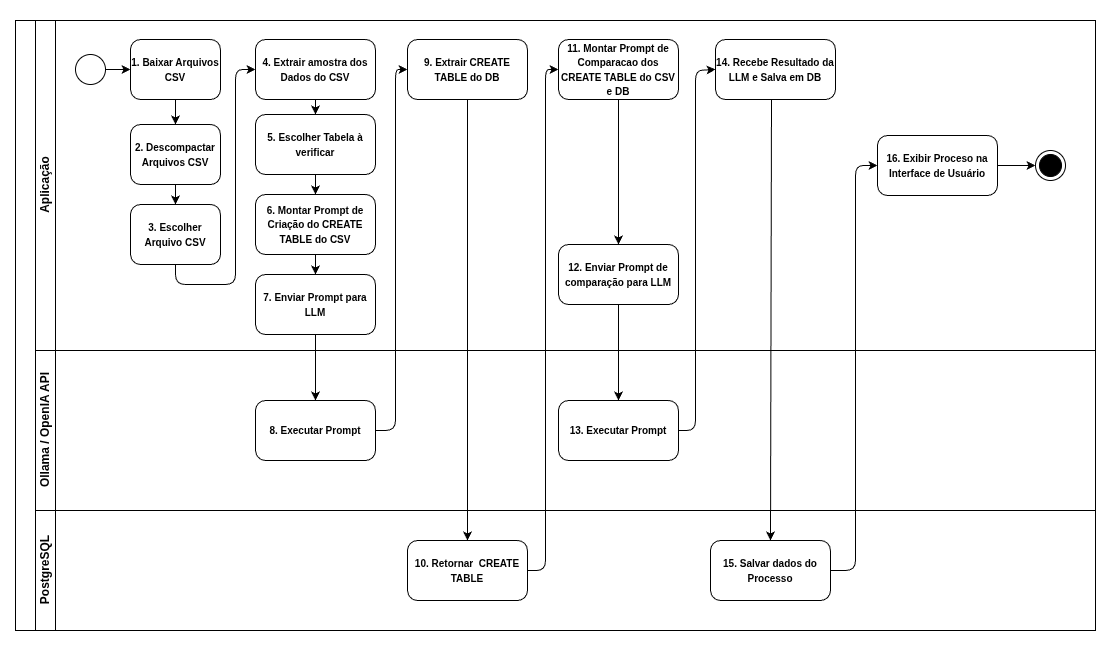
Above: docs/atividades_do_sistema.png in rafaelfreitaslima29/siconv_valida (draw.io), before the change. Source tidied: cells renumbered, new cells last; positions are measured from the earlier drawing's top-left corner, leaving out a move shared by most shapes.
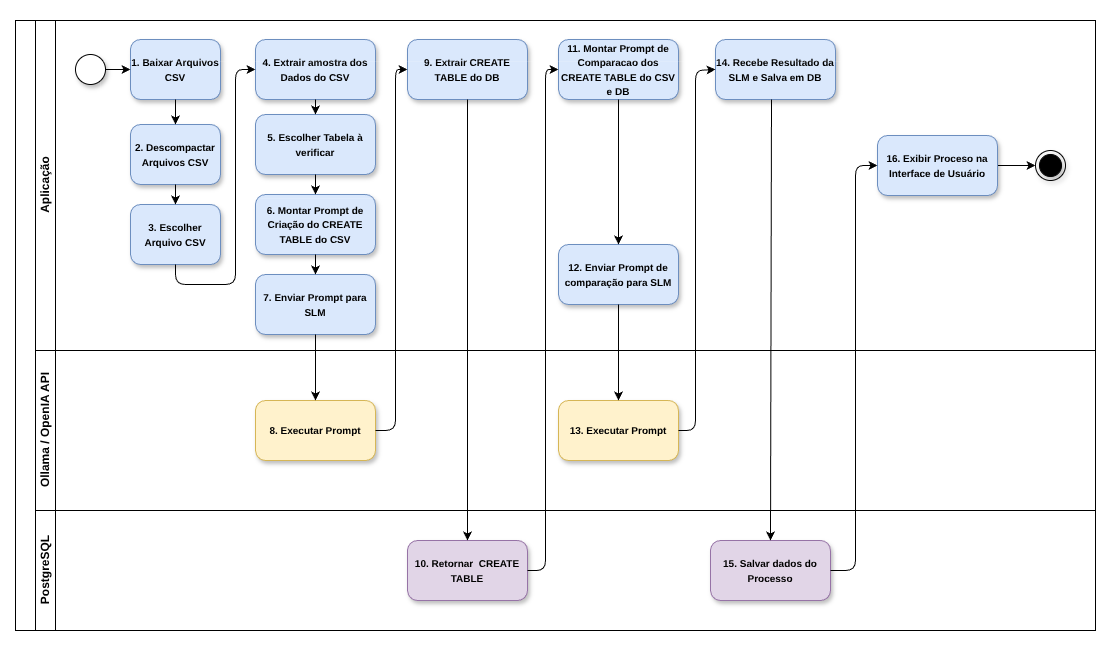
After the commit.

Commit message:
diagrama caso de uso 1 e 2

The edit, as a diff of the source:
```diff
@@ -11,22 +11,22 @@
     <mxCell id="4" value="Aplicação" style="swimlane;startSize=20;horizontal=0;html=1;" parent="3" vertex="1">
       <mxGeometry x="20" width="1060" height="330" as="geometry" />
     </mxCell>
-    <mxCell id="5" style="ellipse;" parent="4" vertex="1">
+    <mxCell id="5" style="ellipse;shadow=1;" parent="4" vertex="1">
       <mxGeometry x="40" y="34" width="30" height="30" as="geometry" />
     </mxCell>
-    <mxCell id="6" value="&lt;b&gt;&lt;font style=&quot;font-size: 10px;&quot;&gt;3. Escolher Arquivo CSV&lt;/font&gt;&lt;/b&gt;" style="points=[[0.25,0,0],[0.5,0,0],[0.75,0,0],[1,0.25,0],[1,0.5,0],[1,0.75,0],[0.75,1,0],[0.5,1,0],[0.25,1,0],[0,0.75,0],[0,0.5,0],[0,0.25,0]];shape=mxgraph.bpmn.task;whiteSpace=wrap;rectStyle=rounded;size=10;html=1;taskMarker=abstract;" parent="4" vertex="1">
+    <mxCell id="6" value="&lt;b&gt;&lt;font style=&quot;font-size: 10px;&quot;&gt;3. Escolher Arquivo CSV&lt;/font&gt;&lt;/b&gt;" style="points=[[0.25,0,0],[0.5,0,0],[0.75,0,0],[1,0.25,0],[1,0.5,0],[1,0.75,0],[0.75,1,0],[0.5,1,0],[0.25,1,0],[0,0.75,0],[0,0.5,0],[0,0.25,0]];shape=mxgraph.bpmn.task;whiteSpace=wrap;rectStyle=rounded;size=10;html=1;taskMarker=abstract;fillColor=#dae8fc;strokeColor=#6c8ebf;shadow=1;" parent="4" vertex="1">
       <mxGeometry x="95" y="184" width="90" height="60" as="geometry" />
     </mxCell>
-    <mxCell id="7" value="&lt;b&gt;&lt;font style=&quot;font-size: 10px;&quot;&gt;4. Extrair amostra dos Dados do CSV&lt;/font&gt;&lt;/b&gt;" style="points=[[0.25,0,0],[0.5,0,0],[0.75,0,0],[1,0.25,0],[1,0.5,0],[1,0.75,0],[0.75,1,0],[0.5,1,0],[0.25,1,0],[0,0.75,0],[0,0.5,0],[0,0.25,0]];shape=mxgraph.bpmn.task;whiteSpace=wrap;rectStyle=rounded;size=10;html=1;taskMarker=abstract;" parent="4" vertex="1">
+    <mxCell id="7" value="&lt;b&gt;&lt;font style=&quot;font-size: 10px;&quot;&gt;4. Extrair amostra dos Dados do CSV&lt;/font&gt;&lt;/b&gt;" style="points=[[0.25,0,0],[0.5,0,0],[0.75,0,0],[1,0.25,0],[1,0.5,0],[1,0.75,0],[0.75,1,0],[0.5,1,0],[0.25,1,0],[0,0.75,0],[0,0.5,0],[0,0.25,0]];shape=mxgraph.bpmn.task;whiteSpace=wrap;rectStyle=rounded;size=10;html=1;taskMarker=abstract;fillColor=#dae8fc;strokeColor=#6c8ebf;shadow=1;" parent="4" vertex="1">
       <mxGeometry x="220" y="19" width="120" height="60" as="geometry" />
     </mxCell>
-    <mxCell id="8" value="&lt;b&gt;&lt;font style=&quot;font-size: 10px;&quot;&gt;6. Montar Prompt de Criação do CREATE TABLE do CSV&lt;/font&gt;&lt;/b&gt;" style="points=[[0.25,0,0],[0.5,0,0],[0.75,0,0],[1,0.25,0],[1,0.5,0],[1,0.75,0],[0.75,1,0],[0.5,1,0],[0.25,1,0],[0,0.75,0],[0,0.5,0],[0,0.25,0]];shape=mxgraph.bpmn.task;whiteSpace=wrap;rectStyle=rounded;size=10;html=1;taskMarker=abstract;" parent="4" vertex="1">
+    <mxCell id="8" value="&lt;b&gt;&lt;font style=&quot;font-size: 10px;&quot;&gt;6. Montar Prompt de Criação do CREATE TABLE do CSV&lt;/font&gt;&lt;/b&gt;" style="points=[[0.25,0,0],[0.5,0,0],[0.75,0,0],[1,0.25,0],[1,0.5,0],[1,0.75,0],[0.75,1,0],[0.5,1,0],[0.25,1,0],[0,0.75,0],[0,0.5,0],[0,0.25,0]];shape=mxgraph.bpmn.task;whiteSpace=wrap;rectStyle=rounded;size=10;html=1;taskMarker=abstract;fillColor=#dae8fc;strokeColor=#6c8ebf;shadow=1;" parent="4" vertex="1">
       <mxGeometry x="220" y="174" width="120" height="60" as="geometry" />
     </mxCell>
-    <mxCell id="9" value="&lt;b&gt;&lt;font style=&quot;font-size: 10px;&quot;&gt;1. Baixar Arquivos CSV&lt;/font&gt;&lt;/b&gt;" style="points=[[0.25,0,0],[0.5,0,0],[0.75,0,0],[1,0.25,0],[1,0.5,0],[1,0.75,0],[0.75,1,0],[0.5,1,0],[0.25,1,0],[0,0.75,0],[0,0.5,0],[0,0.25,0]];shape=mxgraph.bpmn.task;whiteSpace=wrap;rectStyle=rounded;size=10;html=1;taskMarker=abstract;" parent="4" vertex="1">
+    <mxCell id="9" value="&lt;b&gt;&lt;font style=&quot;font-size: 10px;&quot;&gt;1. Baixar Arquivos CSV&lt;/font&gt;&lt;/b&gt;" style="points=[[0.25,0,0],[0.5,0,0],[0.75,0,0],[1,0.25,0],[1,0.5,0],[1,0.75,0],[0.75,1,0],[0.5,1,0],[0.25,1,0],[0,0.75,0],[0,0.5,0],[0,0.25,0]];shape=mxgraph.bpmn.task;whiteSpace=wrap;rectStyle=rounded;size=10;html=1;taskMarker=abstract;fillColor=#dae8fc;strokeColor=#6c8ebf;shadow=1;" parent="4" vertex="1">
       <mxGeometry x="95" y="19" width="90" height="60" as="geometry" />
     </mxCell>
-    <mxCell id="10" value="&lt;b&gt;&lt;font style=&quot;font-size: 10px;&quot;&gt;2. Descompactar Arquivos CSV&lt;/font&gt;&lt;/b&gt;" style="points=[[0.25,0,0],[0.5,0,0],[0.75,0,0],[1,0.25,0],[1,0.5,0],[1,0.75,0],[0.75,1,0],[0.5,1,0],[0.25,1,0],[0,0.75,0],[0,0.5,0],[0,0.25,0]];shape=mxgraph.bpmn.task;whiteSpace=wrap;rectStyle=rounded;size=10;html=1;taskMarker=abstract;" parent="4" vertex="1">
+    <mxCell id="10" value="&lt;b&gt;&lt;font style=&quot;font-size: 10px;&quot;&gt;2. Descompactar Arquivos CSV&lt;/font&gt;&lt;/b&gt;" style="points=[[0.25,0,0],[0.5,0,0],[0.75,0,0],[1,0.25,0],[1,0.5,0],[1,0.75,0],[0.75,1,0],[0.5,1,0],[0.25,1,0],[0,0.75,0],[0,0.5,0],[0,0.25,0]];shape=mxgraph.bpmn.task;whiteSpace=wrap;rectStyle=rounded;size=10;html=1;taskMarker=abstract;fillColor=#dae8fc;strokeColor=#6c8ebf;shadow=1;" parent="4" vertex="1">
       <mxGeometry x="95" y="104" width="90" height="60" as="geometry" />
     </mxCell>
     <mxCell id="11" style="edgeStyle=none;html=1;exitX=1;exitY=0.5;exitDx=0;exitDy=0;entryX=0;entryY=0.5;entryDx=0;entryDy=0;entryPerimeter=0;" parent="4" edge="1" source="5" target="9">
@@ -47,7 +47,7 @@
         </Array>
       </mxGeometry>
     </mxCell>
-    <mxCell id="15" value="&lt;b&gt;&lt;font style=&quot;font-size: 10px;&quot;&gt;5. Escolher Tabela à verificar&lt;/font&gt;&lt;/b&gt;" style="points=[[0.25,0,0],[0.5,0,0],[0.75,0,0],[1,0.25,0],[1,0.5,0],[1,0.75,0],[0.75,1,0],[0.5,1,0],[0.25,1,0],[0,0.75,0],[0,0.5,0],[0,0.25,0]];shape=mxgraph.bpmn.task;whiteSpace=wrap;rectStyle=rounded;size=10;html=1;taskMarker=abstract;" parent="4" vertex="1">
+    <mxCell id="15" value="&lt;b&gt;&lt;font style=&quot;font-size: 10px;&quot;&gt;5. Escolher Tabela à verificar&lt;/font&gt;&lt;/b&gt;" style="points=[[0.25,0,0],[0.5,0,0],[0.75,0,0],[1,0.25,0],[1,0.5,0],[1,0.75,0],[0.75,1,0],[0.5,1,0],[0.25,1,0],[0,0.75,0],[0,0.5,0],[0,0.25,0]];shape=mxgraph.bpmn.task;whiteSpace=wrap;rectStyle=rounded;size=10;html=1;taskMarker=abstract;fillColor=#dae8fc;strokeColor=#6c8ebf;shadow=1;" parent="4" vertex="1">
       <mxGeometry x="220" y="94" width="120" height="60" as="geometry" />
     </mxCell>
     <mxCell id="16" style="edgeStyle=none;html=1;exitX=0.5;exitY=1;exitDx=0;exitDy=0;exitPerimeter=0;entryX=0.5;entryY=0;entryDx=0;entryDy=0;entryPerimeter=0;" parent="4" edge="1" source="7" target="15">
@@ -56,52 +56,52 @@
     <mxCell id="17" style="edgeStyle=none;html=1;exitX=0.5;exitY=1;exitDx=0;exitDy=0;exitPerimeter=0;entryX=0.5;entryY=0;entryDx=0;entryDy=0;entryPerimeter=0;" parent="4" edge="1" source="15" target="8">
       <mxGeometry relative="1" as="geometry" />
     </mxCell>
-    <mxCell id="18" value="&lt;b&gt;&lt;font style=&quot;font-size: 10px;&quot;&gt;7. Enviar Prompt para LLM&lt;/font&gt;&lt;/b&gt;" style="points=[[0.25,0,0],[0.5,0,0],[0.75,0,0],[1,0.25,0],[1,0.5,0],[1,0.75,0],[0.75,1,0],[0.5,1,0],[0.25,1,0],[0,0.75,0],[0,0.5,0],[0,0.25,0]];shape=mxgraph.bpmn.task;whiteSpace=wrap;rectStyle=rounded;size=10;html=1;taskMarker=abstract;" parent="4" vertex="1">
+    <mxCell id="18" value="&lt;b&gt;&lt;font style=&quot;font-size: 10px;&quot;&gt;7. Enviar Prompt para SLM&lt;/font&gt;&lt;/b&gt;" style="points=[[0.25,0,0],[0.5,0,0],[0.75,0,0],[1,0.25,0],[1,0.5,0],[1,0.75,0],[0.75,1,0],[0.5,1,0],[0.25,1,0],[0,0.75,0],[0,0.5,0],[0,0.25,0]];shape=mxgraph.bpmn.task;whiteSpace=wrap;rectStyle=rounded;size=10;html=1;taskMarker=abstract;fillColor=#dae8fc;strokeColor=#6c8ebf;shadow=1;" parent="4" vertex="1">
       <mxGeometry x="220" y="254" width="120" height="60" as="geometry" />
     </mxCell>
     <mxCell id="19" style="edgeStyle=none;html=1;exitX=0.5;exitY=1;exitDx=0;exitDy=0;exitPerimeter=0;entryX=0.5;entryY=0;entryDx=0;entryDy=0;entryPerimeter=0;" parent="4" edge="1" source="8" target="18">
       <mxGeometry relative="1" as="geometry" />
     </mxCell>
-    <mxCell id="20" value="&lt;b&gt;&lt;font style=&quot;font-size: 10px;&quot;&gt;11. Montar Prompt de Comparacao dos CREATE TABLE do CSV e DB&lt;/font&gt;&lt;/b&gt;" style="points=[[0.25,0,0],[0.5,0,0],[0.75,0,0],[1,0.25,0],[1,0.5,0],[1,0.75,0],[0.75,1,0],[0.5,1,0],[0.25,1,0],[0,0.75,0],[0,0.5,0],[0,0.25,0]];shape=mxgraph.bpmn.task;whiteSpace=wrap;rectStyle=rounded;size=10;html=1;taskMarker=abstract;" parent="4" vertex="1">
+    <mxCell id="20" value="&lt;b&gt;&lt;font style=&quot;font-size: 10px;&quot;&gt;11. Montar Prompt de Comparacao dos CREATE TABLE do CSV e DB&lt;/font&gt;&lt;/b&gt;" style="points=[[0.25,0,0],[0.5,0,0],[0.75,0,0],[1,0.25,0],[1,0.5,0],[1,0.75,0],[0.75,1,0],[0.5,1,0],[0.25,1,0],[0,0.75,0],[0,0.5,0],[0,0.25,0]];shape=mxgraph.bpmn.task;whiteSpace=wrap;rectStyle=rounded;size=10;html=1;taskMarker=abstract;fillColor=#dae8fc;strokeColor=#6c8ebf;shadow=1;" parent="4" vertex="1">
       <mxGeometry x="523" y="19" width="120" height="60" as="geometry" />
     </mxCell>
-    <mxCell id="21" value="&lt;b&gt;&lt;font style=&quot;font-size: 10px;&quot;&gt;9. Extrair CREATE TABLE do DB&lt;/font&gt;&lt;/b&gt;" style="points=[[0.25,0,0],[0.5,0,0],[0.75,0,0],[1,0.25,0],[1,0.5,0],[1,0.75,0],[0.75,1,0],[0.5,1,0],[0.25,1,0],[0,0.75,0],[0,0.5,0],[0,0.25,0]];shape=mxgraph.bpmn.task;whiteSpace=wrap;rectStyle=rounded;size=10;html=1;taskMarker=abstract;" parent="4" vertex="1">
+    <mxCell id="21" value="&lt;b&gt;&lt;font style=&quot;font-size: 10px;&quot;&gt;9. Extrair CREATE TABLE do DB&lt;/font&gt;&lt;/b&gt;" style="points=[[0.25,0,0],[0.5,0,0],[0.75,0,0],[1,0.25,0],[1,0.5,0],[1,0.75,0],[0.75,1,0],[0.5,1,0],[0.25,1,0],[0,0.75,0],[0,0.5,0],[0,0.25,0]];shape=mxgraph.bpmn.task;whiteSpace=wrap;rectStyle=rounded;size=10;html=1;taskMarker=abstract;fillColor=#dae8fc;strokeColor=#6c8ebf;shadow=1;" parent="4" vertex="1">
       <mxGeometry x="372" y="19" width="120" height="60" as="geometry" />
     </mxCell>
-    <mxCell id="22" value="&lt;b&gt;&lt;font style=&quot;font-size: 10px;&quot;&gt;12. Enviar Prompt de comparação para LLM&lt;/font&gt;&lt;/b&gt;" style="points=[[0.25,0,0],[0.5,0,0],[0.75,0,0],[1,0.25,0],[1,0.5,0],[1,0.75,0],[0.75,1,0],[0.5,1,0],[0.25,1,0],[0,0.75,0],[0,0.5,0],[0,0.25,0]];shape=mxgraph.bpmn.task;whiteSpace=wrap;rectStyle=rounded;size=10;html=1;taskMarker=abstract;" parent="4" vertex="1">
+    <mxCell id="22" value="&lt;b&gt;&lt;font style=&quot;font-size: 10px;&quot;&gt;12. Enviar Prompt de comparação para SLM&lt;/font&gt;&lt;/b&gt;" style="points=[[0.25,0,0],[0.5,0,0],[0.75,0,0],[1,0.25,0],[1,0.5,0],[1,0.75,0],[0.75,1,0],[0.5,1,0],[0.25,1,0],[0,0.75,0],[0,0.5,0],[0,0.25,0]];shape=mxgraph.bpmn.task;whiteSpace=wrap;rectStyle=rounded;size=10;html=1;taskMarker=abstract;fillColor=#dae8fc;strokeColor=#6c8ebf;shadow=1;" parent="4" vertex="1">
       <mxGeometry x="523" y="224" width="120" height="60" as="geometry" />
     </mxCell>
     <mxCell id="23" style="edgeStyle=none;html=1;exitX=0.5;exitY=1;exitDx=0;exitDy=0;exitPerimeter=0;entryX=0.5;entryY=0;entryDx=0;entryDy=0;entryPerimeter=0;" parent="4" edge="1" source="20" target="22">
       <mxGeometry relative="1" as="geometry" />
     </mxCell>
-    <mxCell id="24" value="&lt;b&gt;&lt;font style=&quot;font-size: 10px;&quot;&gt;14. Recebe Resultado da LLM e Salva em DB&lt;/font&gt;&lt;/b&gt;" style="points=[[0.25,0,0],[0.5,0,0],[0.75,0,0],[1,0.25,0],[1,0.5,0],[1,0.75,0],[0.75,1,0],[0.5,1,0],[0.25,1,0],[0,0.75,0],[0,0.5,0],[0,0.25,0]];shape=mxgraph.bpmn.task;whiteSpace=wrap;rectStyle=rounded;size=10;html=1;taskMarker=abstract;" parent="4" vertex="1">
+    <mxCell id="24" value="&lt;b&gt;&lt;font style=&quot;font-size: 10px;&quot;&gt;14. Recebe Resultado da SLM e Salva em DB&lt;/font&gt;&lt;/b&gt;" style="points=[[0.25,0,0],[0.5,0,0],[0.75,0,0],[1,0.25,0],[1,0.5,0],[1,0.75,0],[0.75,1,0],[0.5,1,0],[0.25,1,0],[0,0.75,0],[0,0.5,0],[0,0.25,0]];shape=mxgraph.bpmn.task;whiteSpace=wrap;rectStyle=rounded;size=10;html=1;taskMarker=abstract;fillColor=#dae8fc;strokeColor=#6c8ebf;shadow=1;" parent="4" vertex="1">
       <mxGeometry x="680" y="19" width="120" height="60" as="geometry" />
     </mxCell>
-    <mxCell id="25" style="ellipse;html=1;shape=endState;fillColor=strokeColor;" parent="4" vertex="1">
+    <mxCell id="25" style="ellipse;html=1;shape=endState;fillColor=strokeColor;shadow=1;" parent="4" vertex="1">
       <mxGeometry x="1000" y="130" width="30" height="30" as="geometry" />
     </mxCell>
     <mxCell id="26" style="edgeStyle=none;html=1;exitX=1;exitY=0.5;exitDx=0;exitDy=0;exitPerimeter=0;entryX=0;entryY=0.5;entryDx=0;entryDy=0;" parent="4" edge="1" source="27" target="25">
       <mxGeometry relative="1" as="geometry" />
     </mxCell>
-    <mxCell id="27" value="&lt;b&gt;&lt;font style=&quot;font-size: 10px;&quot;&gt;16. Exibir Proceso na Interface de Usuário&lt;/font&gt;&lt;/b&gt;" style="points=[[0.25,0,0],[0.5,0,0],[0.75,0,0],[1,0.25,0],[1,0.5,0],[1,0.75,0],[0.75,1,0],[0.5,1,0],[0.25,1,0],[0,0.75,0],[0,0.5,0],[0,0.25,0]];shape=mxgraph.bpmn.task;whiteSpace=wrap;rectStyle=rounded;size=10;html=1;taskMarker=abstract;" parent="4" vertex="1">
+    <mxCell id="27" value="&lt;b&gt;&lt;font style=&quot;font-size: 10px;&quot;&gt;16. Exibir Proceso na Interface de Usuário&lt;/font&gt;&lt;/b&gt;" style="points=[[0.25,0,0],[0.5,0,0],[0.75,0,0],[1,0.25,0],[1,0.5,0],[1,0.75,0],[0.75,1,0],[0.5,1,0],[0.25,1,0],[0,0.75,0],[0,0.5,0],[0,0.25,0]];shape=mxgraph.bpmn.task;whiteSpace=wrap;rectStyle=rounded;size=10;html=1;taskMarker=abstract;fillColor=#dae8fc;strokeColor=#6c8ebf;shadow=1;" parent="4" vertex="1">
       <mxGeometry x="842" y="115" width="120" height="60" as="geometry" />
     </mxCell>
     <mxCell id="28" value="Ollama / OpenIA API" style="swimlane;startSize=20;horizontal=0;html=1;" parent="3" vertex="1">
       <mxGeometry x="20" y="330" width="1060" height="160" as="geometry" />
     </mxCell>
-    <mxCell id="29" value="&lt;b&gt;&lt;font style=&quot;font-size: 10px;&quot;&gt;8. Executar Prompt&lt;/font&gt;&lt;/b&gt;" style="points=[[0.25,0,0],[0.5,0,0],[0.75,0,0],[1,0.25,0],[1,0.5,0],[1,0.75,0],[0.75,1,0],[0.5,1,0],[0.25,1,0],[0,0.75,0],[0,0.5,0],[0,0.25,0]];shape=mxgraph.bpmn.task;whiteSpace=wrap;rectStyle=rounded;size=10;html=1;taskMarker=abstract;" parent="28" vertex="1">
+    <mxCell id="29" value="&lt;b&gt;&lt;font style=&quot;font-size: 10px;&quot;&gt;8. Executar Prompt&lt;/font&gt;&lt;/b&gt;" style="points=[[0.25,0,0],[0.5,0,0],[0.75,0,0],[1,0.25,0],[1,0.5,0],[1,0.75,0],[0.75,1,0],[0.5,1,0],[0.25,1,0],[0,0.75,0],[0,0.5,0],[0,0.25,0]];shape=mxgraph.bpmn.task;whiteSpace=wrap;rectStyle=rounded;size=10;html=1;taskMarker=abstract;fillColor=#fff2cc;strokeColor=#d6b656;shadow=1;" parent="28" vertex="1">
       <mxGeometry x="220" y="50" width="120" height="60" as="geometry" />
     </mxCell>
-    <mxCell id="30" value="&lt;b&gt;&lt;font style=&quot;font-size: 10px;&quot;&gt;13. Executar Prompt&lt;/font&gt;&lt;/b&gt;" style="points=[[0.25,0,0],[0.5,0,0],[0.75,0,0],[1,0.25,0],[1,0.5,0],[1,0.75,0],[0.75,1,0],[0.5,1,0],[0.25,1,0],[0,0.75,0],[0,0.5,0],[0,0.25,0]];shape=mxgraph.bpmn.task;whiteSpace=wrap;rectStyle=rounded;size=10;html=1;taskMarker=abstract;" parent="28" vertex="1">
+    <mxCell id="30" value="&lt;b&gt;&lt;font style=&quot;font-size: 10px;&quot;&gt;13. Executar Prompt&lt;/font&gt;&lt;/b&gt;" style="points=[[0.25,0,0],[0.5,0,0],[0.75,0,0],[1,0.25,0],[1,0.5,0],[1,0.75,0],[0.75,1,0],[0.5,1,0],[0.25,1,0],[0,0.75,0],[0,0.5,0],[0,0.25,0]];shape=mxgraph.bpmn.task;whiteSpace=wrap;rectStyle=rounded;size=10;html=1;taskMarker=abstract;fillColor=#fff2cc;strokeColor=#d6b656;shadow=1;" parent="28" vertex="1">
       <mxGeometry x="523" y="50" width="120" height="60" as="geometry" />
     </mxCell>
     <mxCell id="31" value="PostgreSQL" style="swimlane;startSize=20;horizontal=0;html=1;" parent="3" vertex="1">
       <mxGeometry x="20" y="490" width="1060" height="120" as="geometry" />
     </mxCell>
-    <mxCell id="32" value="&lt;b&gt;&lt;font style=&quot;font-size: 10px;&quot;&gt;10. Retornar&amp;nbsp; CREATE TABLE&lt;/font&gt;&lt;/b&gt;" style="points=[[0.25,0,0],[0.5,0,0],[0.75,0,0],[1,0.25,0],[1,0.5,0],[1,0.75,0],[0.75,1,0],[0.5,1,0],[0.25,1,0],[0,0.75,0],[0,0.5,0],[0,0.25,0]];shape=mxgraph.bpmn.task;whiteSpace=wrap;rectStyle=rounded;size=10;html=1;taskMarker=abstract;" parent="31" vertex="1">
+    <mxCell id="32" value="&lt;b&gt;&lt;font style=&quot;font-size: 10px;&quot;&gt;10. Retornar&amp;nbsp; CREATE TABLE&lt;/font&gt;&lt;/b&gt;" style="points=[[0.25,0,0],[0.5,0,0],[0.75,0,0],[1,0.25,0],[1,0.5,0],[1,0.75,0],[0.75,1,0],[0.5,1,0],[0.25,1,0],[0,0.75,0],[0,0.5,0],[0,0.25,0]];shape=mxgraph.bpmn.task;whiteSpace=wrap;rectStyle=rounded;size=10;html=1;taskMarker=abstract;fillColor=#e1d5e7;strokeColor=#9673a6;shadow=1;" parent="31" vertex="1">
       <mxGeometry x="372" y="30" width="120" height="60" as="geometry" />
     </mxCell>
-    <mxCell id="33" value="&lt;b&gt;&lt;font style=&quot;font-size: 10px;&quot;&gt;15. Salvar dados do Processo&lt;/font&gt;&lt;/b&gt;" style="points=[[0.25,0,0],[0.5,0,0],[0.75,0,0],[1,0.25,0],[1,0.5,0],[1,0.75,0],[0.75,1,0],[0.5,1,0],[0.25,1,0],[0,0.75,0],[0,0.5,0],[0,0.25,0]];shape=mxgraph.bpmn.task;whiteSpace=wrap;rectStyle=rounded;size=10;html=1;taskMarker=abstract;" parent="31" vertex="1">
+    <mxCell id="33" value="&lt;b&gt;&lt;font style=&quot;font-size: 10px;&quot;&gt;15. Salvar dados do Processo&lt;/font&gt;&lt;/b&gt;" style="points=[[0.25,0,0],[0.5,0,0],[0.75,0,0],[1,0.25,0],[1,0.5,0],[1,0.75,0],[0.75,1,0],[0.5,1,0],[0.25,1,0],[0,0.75,0],[0,0.5,0],[0,0.25,0]];shape=mxgraph.bpmn.task;whiteSpace=wrap;rectStyle=rounded;size=10;html=1;taskMarker=abstract;fillColor=#e1d5e7;strokeColor=#9673a6;shadow=1;" parent="31" vertex="1">
       <mxGeometry x="675" y="30" width="120" height="60" as="geometry" />
     </mxCell>
     <mxCell id="34" style="edgeStyle=none;html=1;exitX=0.5;exitY=1;exitDx=0;exitDy=0;exitPerimeter=0;" parent="3" edge="1" source="18" target="29">
```
